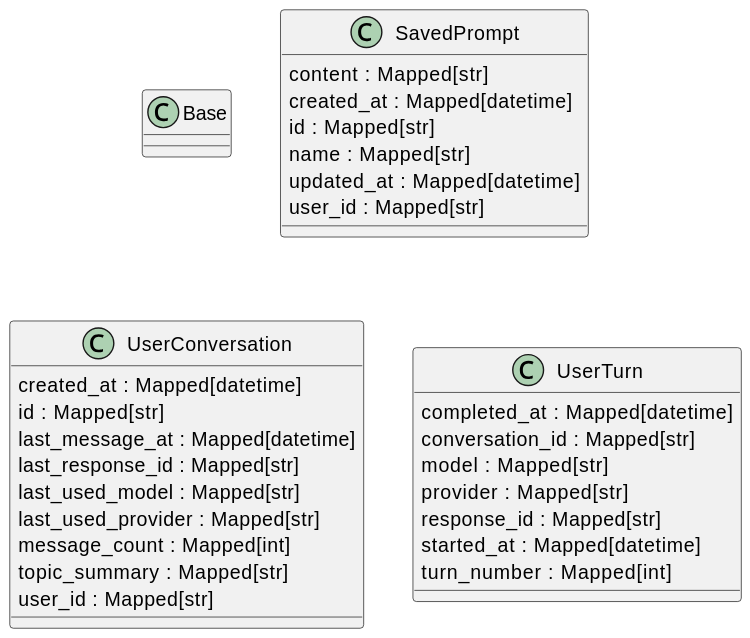
This is docs/models/database.svg from lightspeed-core/lightspeed-stack, a PlantUML export, as it was before one commit.
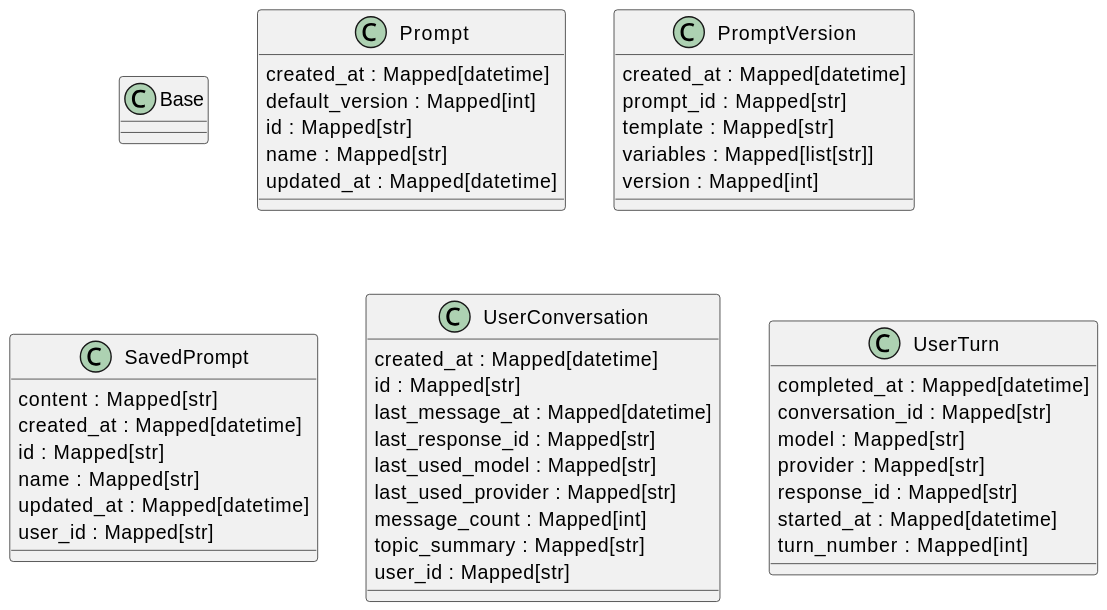
The same file after the commit.

Diff of the diagram source:
```diff
@@ -1,6 +1,20 @@
 @startuml
 set namespaceSeparator none
 class "Base" as src.models.database.base.Base {
+}
+class "Prompt" as src.models.database.prompts.Prompt {
+  created_at : Mapped[datetime]
+  default_version : Mapped[int]
+  id : Mapped[str]
+  name : Mapped[str]
+  updated_at : Mapped[datetime]
+}
+class "PromptVersion" as src.models.database.prompts.PromptVersion {
+  created_at : Mapped[datetime]
+  prompt_id : Mapped[str]
+  template : Mapped[str]
+  variables : Mapped[list[str]]
+  version : Mapped[int]
 }
 class "SavedPrompt" as src.models.database.saved_prompts.SavedPrompt {
   content : Mapped[str]
```
